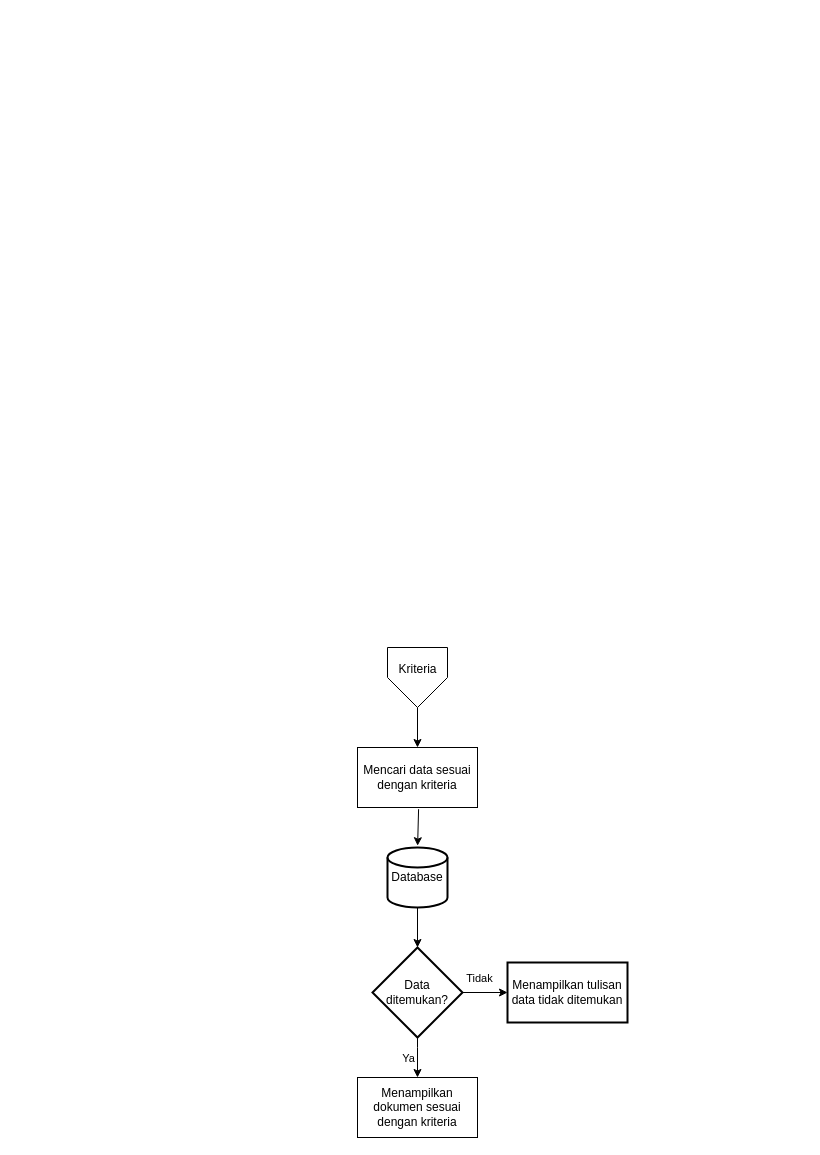
This is page "Kriteria" (2 of 2) of FilemanagerLPMI.drawio from muhfajarm/laravel-file-manager, a draw.io file, before an edit. Source tidied: cells renumbered, new cells numbered last; positions are measured from the earlier drawing's top-left corner, leaving out a move shared by most shapes. Both pictures are drawn from the tidied source at 100%, with x=0, y=0 at pixel (357, 647).
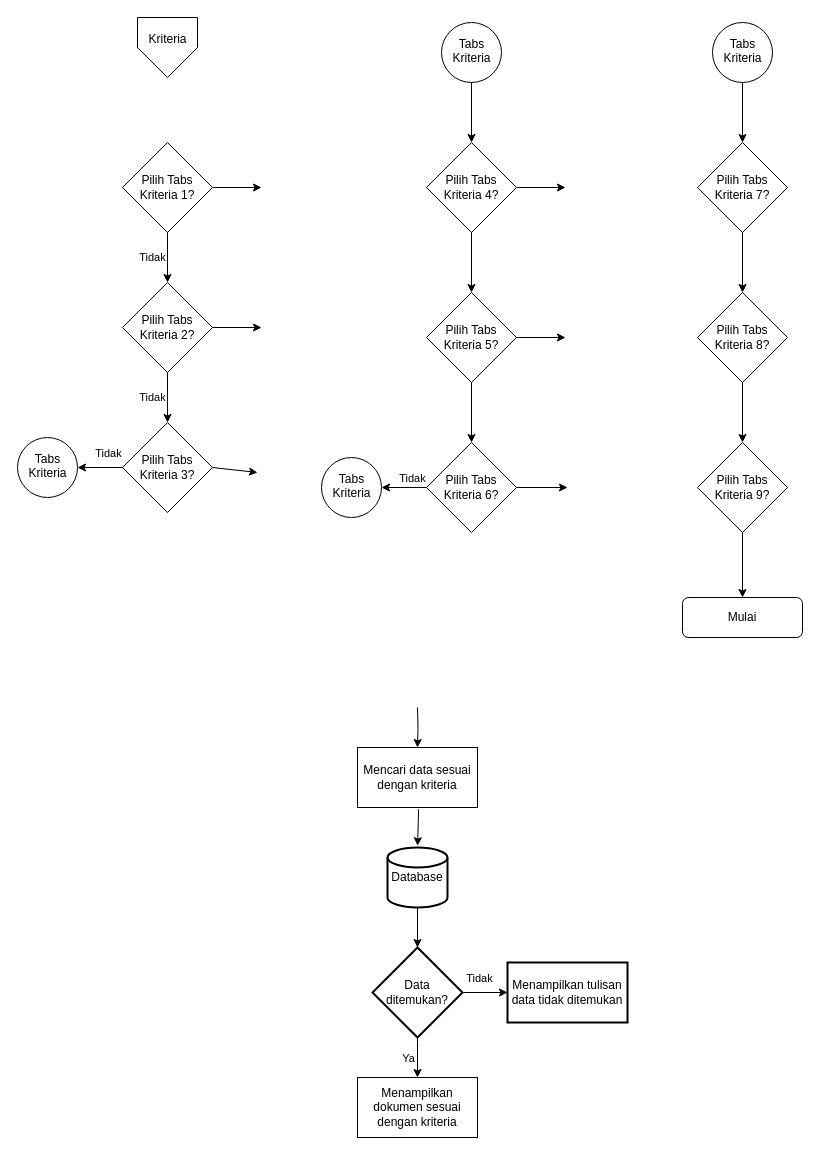
After the change.

Commit message (it also covers changes not shown here):
Update - Memindahkan Kriteria - FilemanagerLPMI.drawio

Unchanged cells that the change refers to:
```xml
<mxCell id="4" value="Mencari data sesuai dengan kriteria" style="rounded=0;whiteSpace=wrap;html=1;" parent="1" vertex="1">
  <mxGeometry y="100" width="120" height="60" as="geometry" />
</mxCell>
```

Change to the diagram source:
```diff
@@
-    <mxCell id="2" style="edgeStyle=orthogonalEdgeStyle;rounded=0;jettySize=auto;html=1;entryX=0.5;entryY=0;entryDx=0;entryDy=0;exitX=0.5;exitY=1;exitDx=0;exitDy=0;" parent="1" edge="1" source="3" target="4">
-      <mxGeometry relative="1" as="geometry" />
+    <mxCell id="2" style="edgeStyle=orthogonalEdgeStyle;rounded=0;jettySize=auto;html=1;entryX=0.5;entryY=0;entryDx=0;entryDy=0;exitX=0.5;exitY=1;exitDx=0;exitDy=0;" parent="1" edge="1" target="4">
+      <mxGeometry relative="1" as="geometry">
+        <mxPoint x="60" y="60" as="sourcePoint" />
+      </mxGeometry>
     </mxCell>
-    <mxCell id="3" value="Kriteria" style="verticalLabelPosition=bottom;verticalAlign=top;html=1;shape=offPageConnector;rounded=0;size=0.5;spacingLeft=0;spacingRight=0;spacingTop=0;spacingBottom=0;spacing=-50;" parent="1" vertex="1">
-      <mxGeometry x="30" width="60" height="60" as="geometry" />
-    </mxCell>
@@
+    <mxCell id="15" style="edgeStyle=orthogonalEdgeStyle;rounded=0;jettySize=auto;html=1;" parent="1" edge="1" source="17" target="18">
+      <mxGeometry relative="1" as="geometry" />
+    </mxCell>
+    <mxCell id="16" value="&lt;div&gt;Tidak&lt;/div&gt;" style="edgeLabel;html=1;align=center;verticalAlign=middle;" parent="15" vertex="1">
+      <mxGeometry x="0.2" relative="1" as="geometry">
+        <mxPoint x="-16" y="-6" as="offset" />
+      </mxGeometry>
+    </mxCell>
+    <mxCell id="17" value="&lt;div&gt;Pilih Tabs&lt;/div&gt;&lt;div&gt;Kriteria 1?&lt;br&gt;&lt;/div&gt;" style="rhombus;whiteSpace=wrap;html=1;rounded=0;" parent="1" vertex="1">
+      <mxGeometry x="-235" y="-505" width="90" height="90" as="geometry" />
+    </mxCell>
+    <mxCell id="18" value="Pilih Tabs Kriteria 2?" style="rhombus;whiteSpace=wrap;html=1;rounded=0;" parent="1" vertex="1">
+      <mxGeometry x="-235" y="-365" width="90" height="90" as="geometry" />
+    </mxCell>
+    <mxCell id="19" value="Pilih Tabs Kriteria 3?" style="rhombus;whiteSpace=wrap;html=1;rounded=0;" parent="1" vertex="1">
+      <mxGeometry x="-235" y="-225" width="90" height="90" as="geometry" />
+    </mxCell>
+    <mxCell id="20" value="&lt;div&gt;Tabs&lt;/div&gt;&lt;div&gt;Kriteria&lt;/div&gt;" style="verticalLabelPosition=bottom;verticalAlign=top;html=1;shape=mxgraph.flowchart.on-page_reference;spacing=-50;" parent="1" vertex="1">
+      <mxGeometry x="-340" y="-210" width="60" height="60" as="geometry" />
+    </mxCell>
+    <mxCell id="21" style="edgeStyle=orthogonalEdgeStyle;rounded=0;jettySize=auto;html=1;entryX=1;entryY=0.5;entryDx=0;entryDy=0;entryPerimeter=0;exitX=0;exitY=0.5;exitDx=0;exitDy=0;" parent="1" edge="1" source="19" target="20">
+      <mxGeometry relative="1" as="geometry" />
+    </mxCell>
+    <mxCell id="22" value="Tidak" style="edgeLabel;html=1;align=center;verticalAlign=middle;" parent="21" vertex="1">
+      <mxGeometry x="-0.46" y="-1" relative="1" as="geometry">
+        <mxPoint x="-3" y="-14" as="offset" />
+      </mxGeometry>
+    </mxCell>
+    <mxCell id="23" style="edgeStyle=orthogonalEdgeStyle;rounded=0;jettySize=auto;html=1;exitX=0.5;exitY=1;exitDx=0;exitDy=0;entryX=0.5;entryY=0;entryDx=0;entryDy=0;" parent="1" edge="1" source="18" target="19">
+      <mxGeometry relative="1" as="geometry" />
+    </mxCell>
+    <mxCell id="24" value="&lt;div&gt;Tidak&lt;/div&gt;" style="edgeLabel;html=1;align=center;verticalAlign=middle;" parent="23" vertex="1">
+      <mxGeometry x="0.2" relative="1" as="geometry">
+        <mxPoint x="-16" y="-6" as="offset" />
+      </mxGeometry>
+    </mxCell>
+    <mxCell id="25" style="endArrow=classic;html=1;rounded=0;entryX=0;entryY=0.25;entryDx=0;entryDy=0;exitX=1;exitY=0.5;exitDx=0;exitDy=0;" parent="1" edge="1" source="17">
+      <mxGeometry relative="1" as="geometry">
+        <mxPoint x="-96" y="-460" as="targetPoint" />
+      </mxGeometry>
+    </mxCell>
+    <mxCell id="26" style="endArrow=classic;html=1;rounded=0;entryX=0;entryY=0.25;entryDx=0;entryDy=0;exitX=1;exitY=0.5;exitDx=0;exitDy=0;" parent="1" edge="1" source="18">
+      <mxGeometry relative="1" as="geometry">
+        <mxPoint x="-96" y="-320" as="targetPoint" />
+      </mxGeometry>
+    </mxCell>
+    <mxCell id="3" value="Kriteria" style="verticalLabelPosition=bottom;verticalAlign=top;html=1;shape=offPageConnector;rounded=0;size=0.5;spacing=-50;" parent="1" vertex="1">
+      <mxGeometry x="-220" y="-630" width="60" height="60" as="geometry" />
+    </mxCell>
+    <mxCell id="27" style="endArrow=classic;html=1;rounded=0;exitX=1;exitY=0.5;exitDx=0;exitDy=0;" parent="1" edge="1" source="19">
+      <mxGeometry relative="1" as="geometry">
+        <mxPoint x="-100" y="-175" as="targetPoint" />
+      </mxGeometry>
+    </mxCell>
+    <mxCell id="28" style="edgeStyle=orthogonalEdgeStyle;rounded=0;jettySize=auto;html=1;entryX=0.5;entryY=0;entryDx=0;entryDy=0;exitX=0.5;exitY=1;exitDx=0;exitDy=0;exitPerimeter=0;" parent="1" edge="1" source="29" target="30">
+      <mxGeometry relative="1" as="geometry" />
+    </mxCell>
+    <mxCell id="29" value="&lt;div&gt;Tabs&lt;/div&gt;&lt;div&gt;Kriteria&lt;/div&gt;" style="verticalLabelPosition=bottom;verticalAlign=top;html=1;shape=mxgraph.flowchart.on-page_reference;spacingRight=0;spacingLeft=0;spacing=-50;" parent="1" vertex="1">
+      <mxGeometry x="84" y="-625" width="60" height="60" as="geometry" />
+    </mxCell>
+    <mxCell id="30" value="&lt;div&gt;Pilih Tabs&lt;/div&gt;&lt;div&gt;Kriteria 4?&lt;br&gt;&lt;/div&gt;" style="rhombus;whiteSpace=wrap;html=1;rounded=0;" parent="1" vertex="1">
+      <mxGeometry x="69" y="-505" width="90" height="90" as="geometry" />
+    </mxCell>
+    <mxCell id="31" style="edgeStyle=orthogonalEdgeStyle;rounded=0;jettySize=auto;html=1;exitX=0.5;exitY=1;exitDx=0;exitDy=0;entryX=0.5;entryY=0;entryDx=0;entryDy=0;" parent="1" edge="1" source="30" target="32">
+      <mxGeometry relative="1" as="geometry" />
+    </mxCell>
+    <mxCell id="32" value="&lt;div&gt;Pilih Tabs&lt;/div&gt;&lt;div&gt;Kriteria 5?&lt;br&gt;&lt;/div&gt;" style="rhombus;whiteSpace=wrap;html=1;rounded=0;" parent="1" vertex="1">
+      <mxGeometry x="69" y="-355" width="90" height="90" as="geometry" />
+    </mxCell>
+    <mxCell id="33" style="edgeStyle=orthogonalEdgeStyle;rounded=0;jettySize=auto;html=1;entryX=0.5;entryY=0;entryDx=0;entryDy=0;exitX=0.5;exitY=1;exitDx=0;exitDy=0;" parent="1" edge="1" source="32" target="34">
+      <mxGeometry relative="1" as="geometry" />
+    </mxCell>
+    <mxCell id="34" value="&lt;div&gt;Pilih Tabs&lt;/div&gt;&lt;div&gt;Kriteria 6?&lt;br&gt;&lt;/div&gt;" style="rhombus;whiteSpace=wrap;html=1;rounded=0;" parent="1" vertex="1">
+      <mxGeometry x="69" y="-205" width="90" height="90" as="geometry" />
+    </mxCell>
+    <mxCell id="35" value="&lt;div&gt;Tabs&lt;/div&gt;&lt;div&gt;Kriteria&lt;/div&gt;" style="verticalLabelPosition=bottom;verticalAlign=top;html=1;shape=mxgraph.flowchart.on-page_reference;spacing=-50;" parent="1" vertex="1">
+      <mxGeometry x="-36" y="-190" width="60" height="60" as="geometry" />
+    </mxCell>
+    <mxCell id="36" style="edgeStyle=orthogonalEdgeStyle;rounded=0;jettySize=auto;html=1;entryX=1;entryY=0.5;entryDx=0;entryDy=0;entryPerimeter=0;exitX=0;exitY=0.5;exitDx=0;exitDy=0;" parent="1" edge="1" source="34" target="35">
+      <mxGeometry relative="1" as="geometry" />
+    </mxCell>
+    <mxCell id="37" value="Tidak" style="edgeLabel;html=1;align=center;verticalAlign=middle;" parent="36" vertex="1">
+      <mxGeometry x="-0.46" y="-1" relative="1" as="geometry">
+        <mxPoint x="-3" y="-9" as="offset" />
+      </mxGeometry>
+    </mxCell>
+    <mxCell id="38" style="endArrow=classic;html=1;rounded=0;entryX=0;entryY=0.25;entryDx=0;entryDy=0;exitX=1;exitY=0.5;exitDx=0;exitDy=0;" parent="1" edge="1" source="30">
+      <mxGeometry relative="1" as="geometry">
+        <mxPoint x="208" y="-460" as="targetPoint" />
+      </mxGeometry>
+    </mxCell>
+    <mxCell id="39" style="endArrow=classic;html=1;rounded=0;entryX=0;entryY=0.25;entryDx=0;entryDy=0;exitX=1;exitY=0.5;exitDx=0;exitDy=0;" parent="1" edge="1" source="32">
+      <mxGeometry relative="1" as="geometry">
+        <mxPoint x="208" y="-310" as="targetPoint" />
+      </mxGeometry>
+    </mxCell>
+    <mxCell id="40" style="endArrow=classic;html=1;rounded=0;entryX=0;entryY=0.25;entryDx=0;entryDy=0;exitX=1;exitY=0.5;exitDx=0;exitDy=0;" parent="1" edge="1" source="34">
+      <mxGeometry relative="1" as="geometry">
+        <mxPoint x="210" y="-160" as="targetPoint" />
+      </mxGeometry>
+    </mxCell>
+    <mxCell id="41" style="edgeStyle=orthogonalEdgeStyle;rounded=0;jettySize=auto;html=1;entryX=0.5;entryY=0;entryDx=0;entryDy=0;exitX=0.5;exitY=1;exitDx=0;exitDy=0;exitPerimeter=0;" parent="1" edge="1" source="42" target="43">
+      <mxGeometry relative="1" as="geometry" />
+    </mxCell>
+    <mxCell id="42" value="&lt;div&gt;Tabs&lt;/div&gt;&lt;div&gt;Kriteria&lt;/div&gt;" style="verticalLabelPosition=bottom;verticalAlign=top;html=1;shape=mxgraph.flowchart.on-page_reference;spacingRight=0;spacingLeft=0;spacing=-50;" parent="1" vertex="1">
+      <mxGeometry x="355" y="-625" width="60" height="60" as="geometry" />
+    </mxCell>
+    <mxCell id="43" value="&lt;div&gt;Pilih Tabs&lt;/div&gt;&lt;div&gt;Kriteria 7?&lt;br&gt;&lt;/div&gt;" style="rhombus;whiteSpace=wrap;html=1;rounded=0;" parent="1" vertex="1">
+      <mxGeometry x="340" y="-505" width="90" height="90" as="geometry" />
+    </mxCell>
+    <mxCell id="44" style="edgeStyle=orthogonalEdgeStyle;rounded=0;jettySize=auto;html=1;exitX=0.5;exitY=1;exitDx=0;exitDy=0;entryX=0.5;entryY=0;entryDx=0;entryDy=0;" parent="1" edge="1" source="43" target="45">
+      <mxGeometry relative="1" as="geometry" />
+    </mxCell>
+    <mxCell id="45" value="&lt;div&gt;Pilih Tabs&lt;/div&gt;&lt;div&gt;Kriteria 8?&lt;br&gt;&lt;/div&gt;" style="rhombus;whiteSpace=wrap;html=1;rounded=0;" parent="1" vertex="1">
+      <mxGeometry x="340" y="-355" width="90" height="90" as="geometry" />
+    </mxCell>
+    <mxCell id="46" style="edgeStyle=orthogonalEdgeStyle;rounded=0;jettySize=auto;html=1;entryX=0.5;entryY=0;entryDx=0;entryDy=0;exitX=0.5;exitY=1;exitDx=0;exitDy=0;" parent="1" edge="1" source="45" target="47">
+      <mxGeometry relative="1" as="geometry" />
+    </mxCell>
+    <mxCell id="47" value="&lt;div&gt;Pilih Tabs&lt;/div&gt;&lt;div&gt;Kriteria 9?&lt;br&gt;&lt;/div&gt;" style="rhombus;whiteSpace=wrap;html=1;rounded=0;" parent="1" vertex="1">
+      <mxGeometry x="340" y="-205" width="90" height="90" as="geometry" />
+    </mxCell>
+    <mxCell id="48" value="Mulai" style="rounded=1;whiteSpace=wrap;html=1;fontSize=12;glass=0;strokeWidth=1;shadow=0;" parent="1" vertex="1">
+      <mxGeometry x="325" y="-50" width="120" height="40" as="geometry" />
+    </mxCell>
+    <mxCell id="49" style="edgeStyle=orthogonalEdgeStyle;rounded=0;jettySize=auto;html=1;entryX=0.5;entryY=0;entryDx=0;entryDy=0;exitX=0.5;exitY=1;exitDx=0;exitDy=0;" parent="1" edge="1" source="47" target="48">
+      <mxGeometry relative="1" as="geometry" />
+    </mxCell>
```
